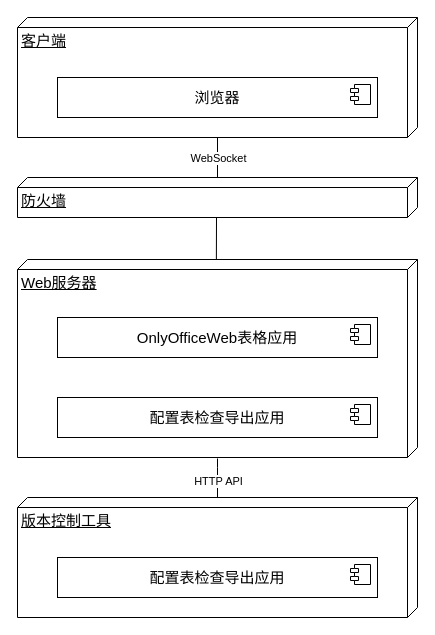
This is 一种基于WEB表格支持协同配置校验数据的方法/未命名绘图.drawio from dong50252409/drawio, a draw.io file, before an edit. Source tidied: cells renumbered, new cells numbered last; positions are measured from the earlier drawing's top-left corner, leaving out a move shared by most shapes. Both pictures are drawn from the tidied source at 100%, with x=0, y=0 at pixel (17, 17).
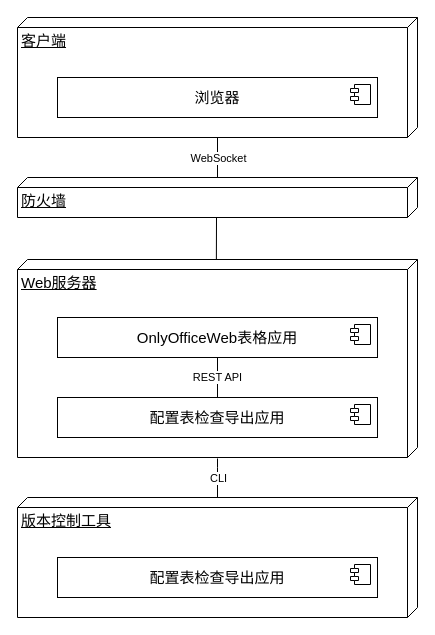
Above is the later version.

Commit message:
更新未命名绘图.drawio

Unchanged cells that the change refers to:
```xml
<mxCell id="2" style="rounded=0;jettySize=auto;html=1;entryX=0.258;entryY=0.5;entryDx=0;entryDy=0;entryPerimeter=0;fontSize=15;" parent="1" edge="1" target="14">
  <mxGeometry relative="1" as="geometry">
    <mxPoint x="200" y="441" as="sourcePoint" />
    <Array as="points">
      <mxPoint x="200" y="450" />
    </Array>
  </mxGeometry>
</mxCell>
<mxCell id="9" value="OnlyOfficeWeb表格应用" style="html=1;whiteSpace=wrap;fontSize=15;" parent="1" vertex="1">
  <mxGeometry x="40" y="300" width="320" height="40" as="geometry" />
</mxCell>
<mxCell id="17" value="配置表检查导出应用" style="html=1;whiteSpace=wrap;fontSize=15;" parent="1" vertex="1">
  <mxGeometry x="40" y="380" width="320" height="40" as="geometry" />
</mxCell>
```

Diff of the diagram source:
```diff
@@
-    <mxCell id="3" value="HTTP API" style="edgeLabel;html=1;align=center;verticalAlign=middle;" parent="2" vertex="1">
-      <mxGeometry x="-0.37" relative="1" as="geometry" />
+    <mxCell id="3" value="CLI" style="edgeLabel;html=1;align=center;verticalAlign=middle;" parent="2" vertex="1">
+      <mxGeometry x="-0.37" relative="1" as="geometry">
+        <mxPoint y="-3" as="offset" />
+      </mxGeometry>
     </mxCell>
@@
+    <mxCell id="19" style="edgeStyle=orthogonalEdgeStyle;rounded=0;jettySize=auto;html=1;exitX=0.5;exitY=1;exitDx=0;exitDy=0;entryX=0.5;entryY=0.75;entryDx=0;entryDy=0;entryPerimeter=0;" parent="1" edge="1" source="9" target="17">
+      <mxGeometry relative="1" as="geometry" />
+    </mxCell>
+    <mxCell id="20" value="REST API" style="edgeLabel;html=1;align=center;verticalAlign=middle;" parent="19" vertex="1">
+      <mxGeometry x="-0.46" y="-1" relative="1" as="geometry" />
+    </mxCell>
```
